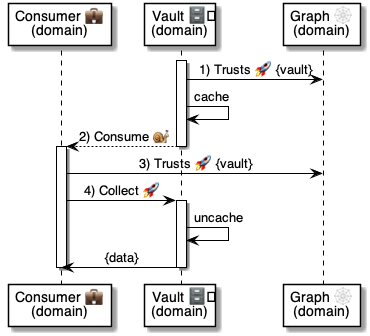
pollyweb-org/pollyweb-docs keeps this PlantUML diagram as 4 ⚙️ Solution/41 🎭 Domain Roles/Vaults 🗄️/🗄️⏩ Vault flows/Consume 🗄️⏩💼/🗄️ Consume ⚙️ uml.png. Above is the earlier version. Its source is kept beside it as 4 ⚙️ Solution/41 🎭 Domain Roles/Vaults 🗄️/🗄️⏩ Vault flows/Consume 🗄️⏩💼/🗄️ Consume ⚙️ uml.puml. The source it was exported from:
```plantuml
@startuml Wallet: Share()


participant "Consumer 💼\n(domain)" as consumer
participant "Vault 🗄️\n(domain)" as vault
participant "Graph 🕸\n(domain)" as graph

activate vault
vault -> graph: 1) Trusts 🚀 {vault}
vault -> vault: cache
vault --> consumer: 2) Consume 🐌
deactivate vault

activate consumer
    consumer -> graph: 3) Trusts 🚀 {vault}
    consumer -> vault: 4) Collect 🚀
    activate vault
        vault -> vault: uncache
        vault -> consumer: {data}
    deactivate vault

deactivate consumer

@enduml
```
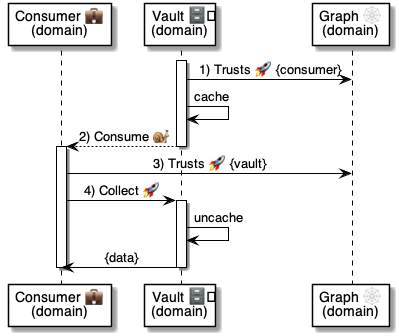
After the commit.

What changed in the source:
```diff
@@ -6,7 +6,7 @@
 participant "Graph 🕸\n(domain)" as graph
 
 activate vault
-vault -> graph: 1) Trusts 🚀 {vault}
+vault -> graph: 1) Trusts 🚀 {consumer}
 vault -> vault: cache
 vault --> consumer: 2) Consume 🐌
 deactivate vault
```
